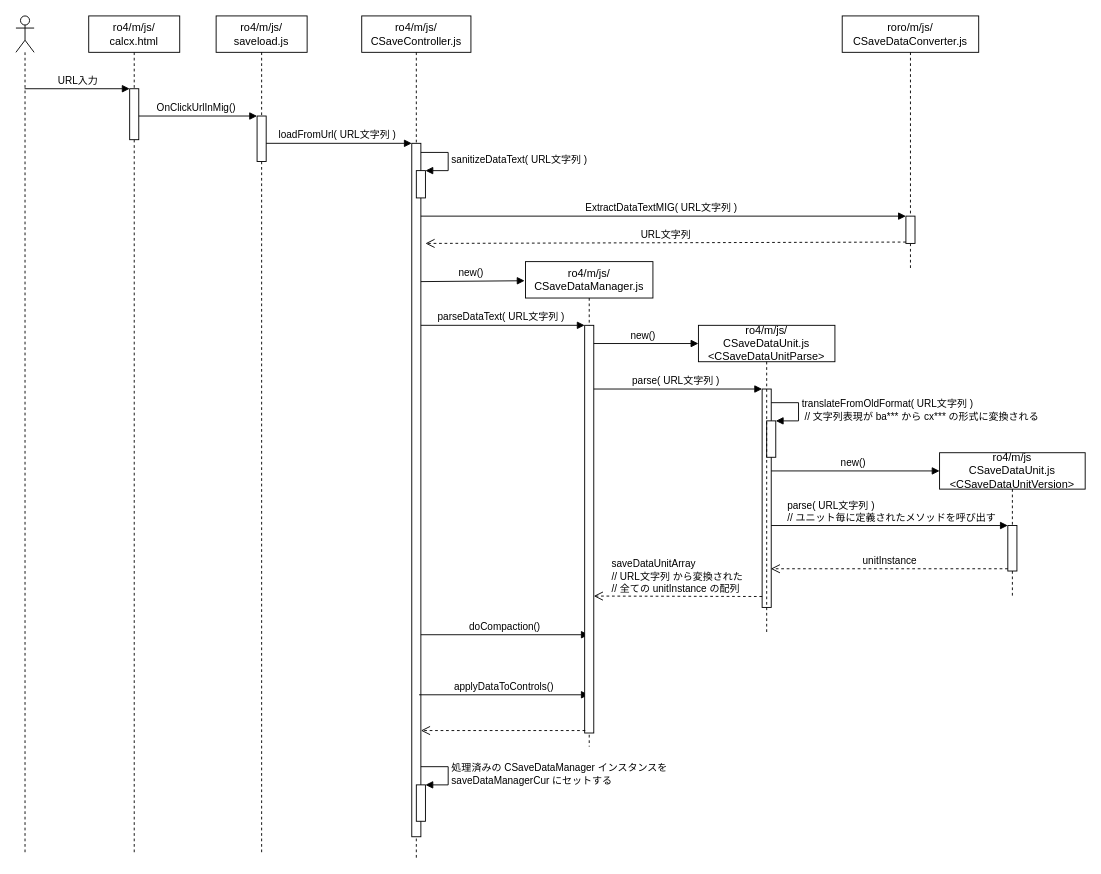
This is 解析メモ/シーケンス図「ロード」.drawio from roratorio-hub/ratorio, a draw.io file, before an edit. Source tidied: cells renumbered, new cells numbered last; positions are measured from the earlier drawing's top-left corner, leaving out a move shared by most shapes. Both pictures are drawn from the tidied source at 91%, with x=0, y=0 at pixel (15, 15).
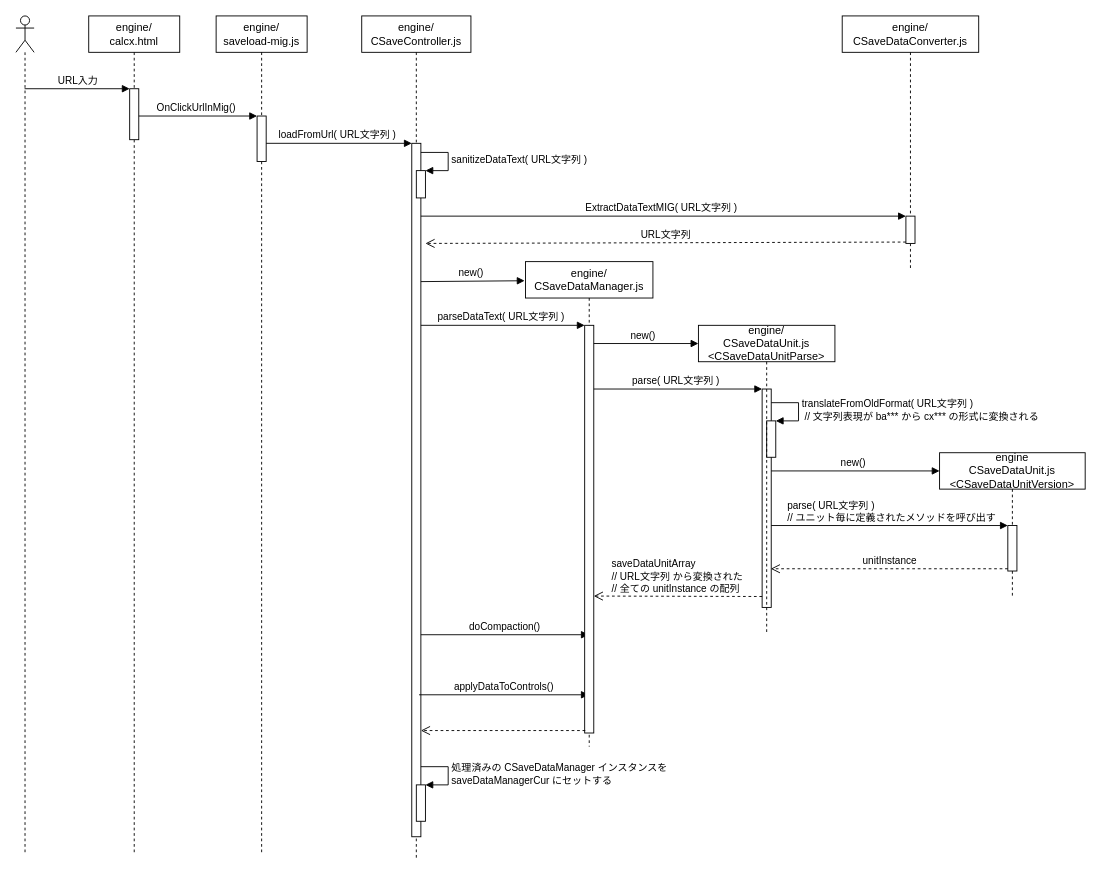
After the change.

Diff of the diagram source:
```diff
@@
-    <mxCell id="8" value="ro4/m/js/&lt;br&gt;calcx.html" style="shape=umlLifeline;perimeter=lifelinePerimeter;whiteSpace=wrap;html=1;outlineConnect=0;" parent="1" vertex="1">
+    <mxCell id="8" value="engine/&lt;br&gt;calcx.html" style="shape=umlLifeline;perimeter=lifelinePerimeter;whiteSpace=wrap;html=1;outlineConnect=0;" parent="1" vertex="1">
       <mxGeometry x="80" width="100" height="922" as="geometry" />
     </mxCell>
@@
-    <mxCell id="11" value="ro4/m/js/&lt;br&gt;saveload.js" style="shape=umlLifeline;perimeter=lifelinePerimeter;whiteSpace=wrap;html=1;outlineConnect=0;" parent="1" vertex="1">
+    <mxCell id="11" value="engine/&lt;br&gt;saveload-mig.js" style="shape=umlLifeline;perimeter=lifelinePerimeter;whiteSpace=wrap;html=1;outlineConnect=0;" parent="1" vertex="1">
       <mxGeometry x="220" width="100" height="920" as="geometry" />
     </mxCell>
@@
-    <mxCell id="14" value="ro4/m/js/&lt;br&gt;CSaveController.js" style="shape=umlLifeline;perimeter=lifelinePerimeter;whiteSpace=wrap;html=1;outlineConnect=0;" parent="1" vertex="1">
+    <mxCell id="14" value="engine/&lt;br&gt;CSaveController.js" style="shape=umlLifeline;perimeter=lifelinePerimeter;whiteSpace=wrap;html=1;outlineConnect=0;" parent="1" vertex="1">
       <mxGeometry x="380" width="120" height="925" as="geometry" />
     </mxCell>
@@
-    <mxCell id="22" value="roro/m/js/&lt;br&gt;CSaveDataConverter.js" style="shape=umlLifeline;perimeter=lifelinePerimeter;whiteSpace=wrap;html=1;" parent="1" vertex="1">
+    <mxCell id="22" value="engine/&lt;br&gt;CSaveDataConverter.js" style="shape=umlLifeline;perimeter=lifelinePerimeter;whiteSpace=wrap;html=1;" parent="1" vertex="1">
       <mxGeometry x="908" width="150" height="280" as="geometry" />
     </mxCell>
@@
-    <mxCell id="25" value="ro4/m/js/&lt;br&gt;CSaveDataManager.js" style="shape=umlLifeline;perimeter=lifelinePerimeter;whiteSpace=wrap;html=1;" parent="1" vertex="1">
+    <mxCell id="25" value="engine/&lt;br&gt;CSaveDataManager.js" style="shape=umlLifeline;perimeter=lifelinePerimeter;whiteSpace=wrap;html=1;" parent="1" vertex="1">
       <mxGeometry x="560" y="270" width="140" height="533" as="geometry" />
     </mxCell>
@@
-    <mxCell id="35" value="ro4/m/js&lt;br&gt;CSaveDataUnit.js&lt;br&gt;&amp;lt;CSaveDataUnitVersion&amp;gt;" style="shape=umlLifeline;perimeter=lifelinePerimeter;whiteSpace=wrap;html=1;gradientColor=none;" parent="1" vertex="1">
+    <mxCell id="35" value="engine&lt;br&gt;CSaveDataUnit.js&lt;br&gt;&amp;lt;CSaveDataUnitVersion&amp;gt;" style="shape=umlLifeline;perimeter=lifelinePerimeter;whiteSpace=wrap;html=1;gradientColor=none;" parent="1" vertex="1">
       <mxGeometry x="1015" y="480" width="160" height="160" as="geometry" />
     </mxCell>
@@
-    <mxCell id="38" value="ro4/m/js/&lt;br&gt;CSaveDataUnit.js&lt;br&gt;&amp;lt;CSaveDataUnitParse&amp;gt;" style="shape=umlLifeline;perimeter=lifelinePerimeter;whiteSpace=wrap;html=1;" parent="1" vertex="1">
+    <mxCell id="38" value="engine/&lt;br&gt;CSaveDataUnit.js&lt;br&gt;&amp;lt;CSaveDataUnitParse&amp;gt;" style="shape=umlLifeline;perimeter=lifelinePerimeter;whiteSpace=wrap;html=1;" parent="1" vertex="1">
       <mxGeometry x="750" y="340" width="150" height="340" as="geometry" />
     </mxCell>
```
